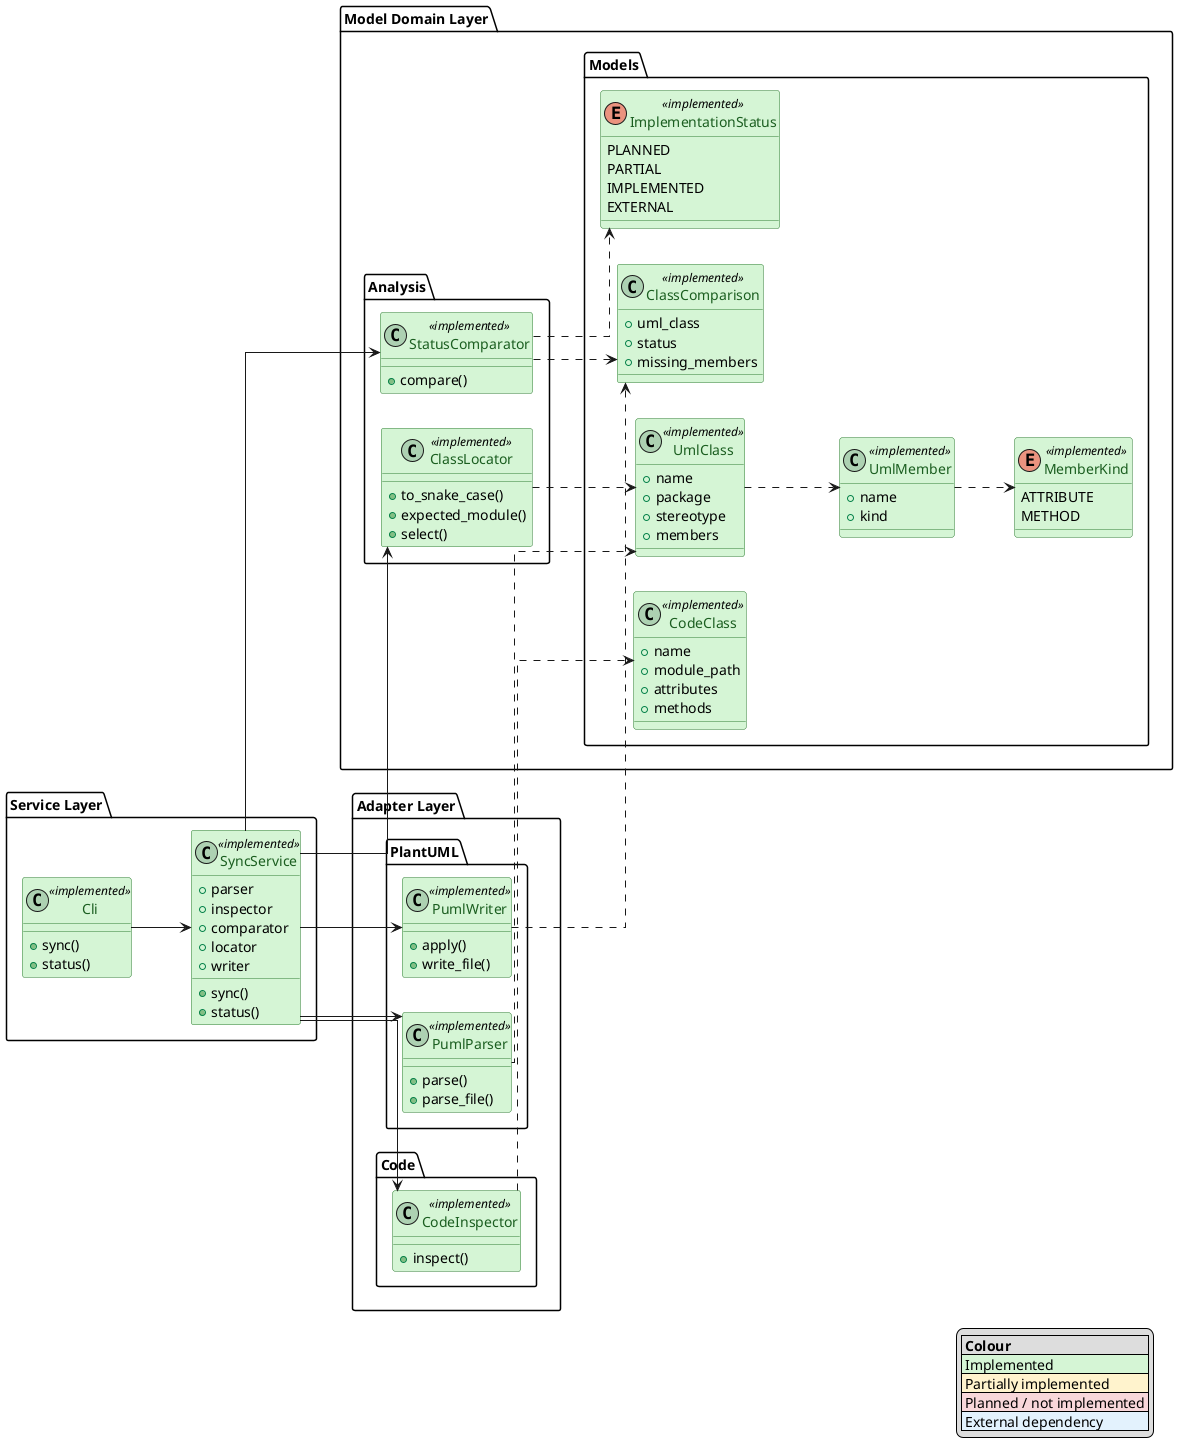
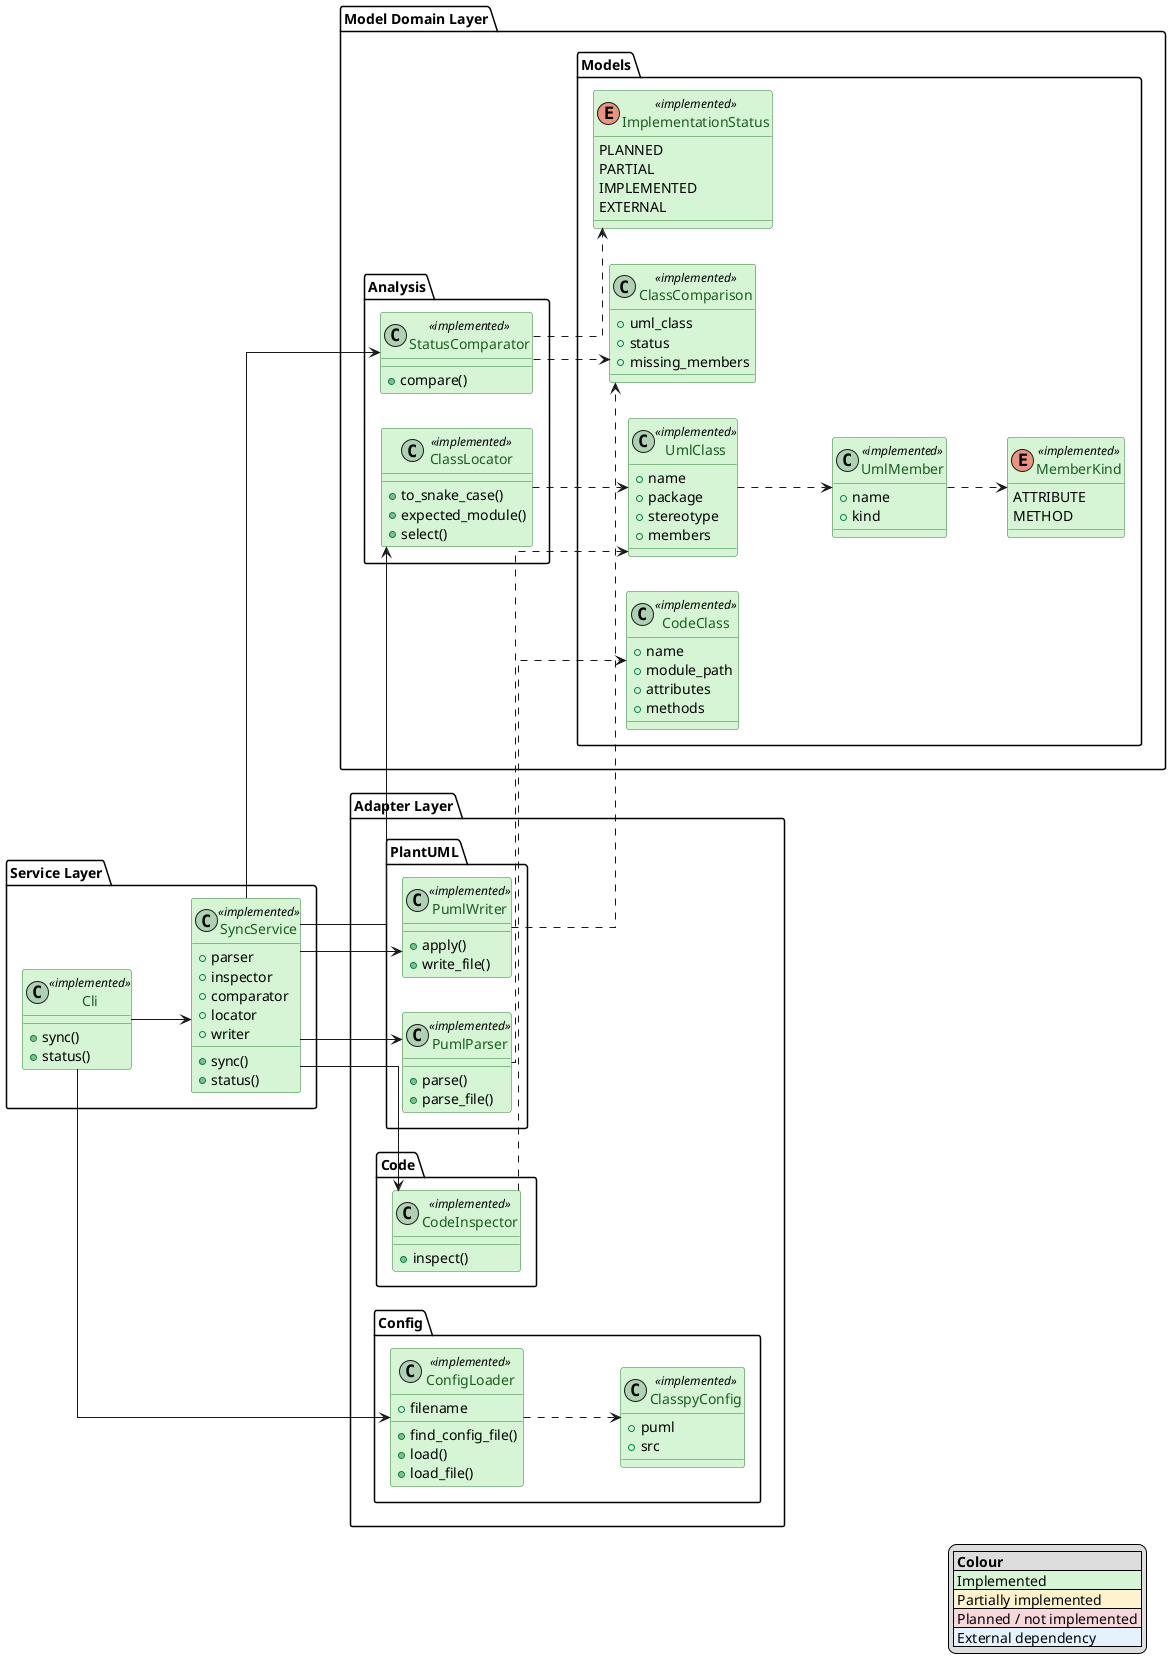
@startuml
left to right direction
skinparam linetype ortho
skinparam class {
    BackgroundColor<<implemented>> #D5F5D5
    BorderColor<<implemented>> #2E7D32
    FontColor<<implemented>> #1B5E20

    BackgroundColor<<partial>> #FFF3CD
    BorderColor<<partial>> #B8860B
    FontColor<<partial>> #7A5600

    BackgroundColor<<planned>> #F8D7DA
    BorderColor<<planned>> #B02A37
    FontColor<<planned>> #842029

    BackgroundColor<<external>> #E3F2FD
    BorderColor<<external>> #1565C0
    FontColor<<external>> #0D47A1
}

legend right
|= Colour |
|<#D5F5D5> Implemented |
|<#FFF3CD> Partially implemented |
|<#F8D7DA> Planned / not implemented |
|<#E3F2FD> External dependency |
endlegend

' 0 = hide dependency lines
' 1 = show dependency lines
!$SHOW_DEPENDENCIES = 0


'=============================================================================='
'Service Layer'
'=============================================================================='

package "Service Layer" {
    class SyncService <<implemented>> {
        +parser
        +inspector
        +comparator
        +locator
        +writer
        +sync()
        +status()
    }


    class Cli <<implemented>> {
        +sync()
        +status()
    }
    Cli --> SyncService
}


'=============================================================================='
'Model Domain'
'=============================================================================='

package "Model Domain Layer" {

    package "Models" {
        enum ImplementationStatus <<implemented>> {
            PLANNED
            PARTIAL
            IMPLEMENTED
            EXTERNAL
        }


        enum MemberKind <<implemented>> {
            ATTRIBUTE
            METHOD
        }


        class UmlMember <<implemented>> {
            +name
            +kind
        }
        UmlMember ..> MemberKind


        class UmlClass <<implemented>> {
            +name
            +package
            +stereotype
            +members
        }
        UmlClass ..> UmlMember


        class CodeClass <<implemented>> {
            +name
            +module_path
            +attributes
            +methods
        }

        class ClassComparison <<implemented>> {
            +uml_class
            +status
            +missing_members
        }
    }

    package "Analysis" {

        class StatusComparator <<implemented>> {
            +compare()
        }
        StatusComparator ..> ClassComparison
        StatusComparator ..> ImplementationStatus

        class ClassLocator <<implemented>> {
            +to_snake_case()
            +expected_module()
            +select()
        }
        ClassLocator ..> UmlClass
    }
}


'=============================================================================='
'Adapter Layer'
'=============================================================================='

package "Adapter Layer" {

    package "PlantUML" {

        class PumlParser <<implemented>> {
            +parse()
            +parse_file()
        }
        PumlParser ..> UmlClass

        class PumlWriter <<implemented>> {
            +apply()
            +write_file()
        }
        PumlWriter ..> ClassComparison
    }

    package "Code" {

        class CodeInspector <<implemented>> {
            +inspect()
        }
        CodeInspector ..> CodeClass
    }
+ 
+     package "Config" {
+ 
+         class ClasspyConfig <<implemented>> {
+             +puml
+             +src
+         }
+ 
+         class ConfigLoader <<implemented>> {
+             +filename
+             +find_config_file()
+             +load()
+             +load_file()
+         }
+         ConfigLoader ..> ClasspyConfig
+     }
}


'=============================================================================='
'Broken Links'
'=============================================================================='

SyncService --> PumlParser
SyncService --> CodeInspector
SyncService --> StatusComparator
SyncService --> ClassLocator
SyncService --> PumlWriter

+ Cli --> ConfigLoader
+ 
@enduml
